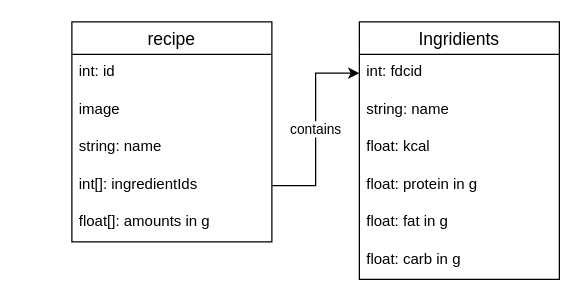
HenningCV/WA_Nutrient_Fanatics keeps this draw.io diagram as dokumentation/table_models.drawio. Above is the earlier version. Source tidied: cells renumbered, new cells numbered last; positions are measured from the earlier drawing's top-left corner, leaving out a move shared by most shapes. Both pictures are drawn from the tidied source at 125%, with x=0, y=0 at pixel (71, 21).
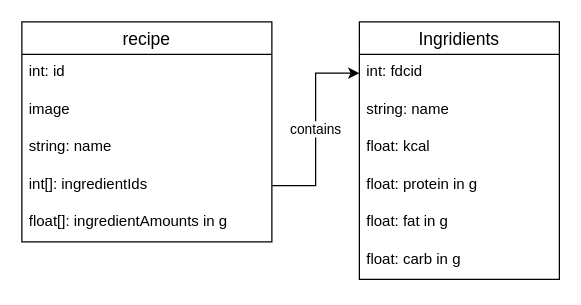
The same page after the edit.

The edit, as a diff of the source:
```diff
@@
 <mxGraphModel>
   <root>
     <mxCell id="0" />
     <mxCell id="1" parent="0" />
     <mxCell id="2" value="Ingridients" style="swimlane;fontStyle=0;horizontal=1;startSize=26;align=center;fontSize=14;" parent="1" vertex="1">
       <mxGeometry x="230" width="160" height="206" as="geometry" />
     </mxCell>
     <mxCell id="3" value="int: fdcid" style="text;strokeColor=none;fillColor=none;spacingLeft=4;spacingRight=4;overflow=hidden;points=[[0,0.5],[1,0.5]];portConstraint=eastwest;fontSize=12;whiteSpace=wrap;html=1;" parent="2" vertex="1">
       <mxGeometry y="26" width="160" height="30" as="geometry" />
     </mxCell>
     <mxCell id="4" value="string: name" style="text;strokeColor=none;fillColor=none;spacingLeft=4;spacingRight=4;overflow=hidden;fontSize=12;whiteSpace=wrap;html=1;" parent="2" vertex="1">
       <mxGeometry y="56" width="160" height="30" as="geometry" />
     </mxCell>
     <mxCell id="5" value="float: kcal" style="text;strokeColor=none;fillColor=none;spacingLeft=4;spacingRight=4;overflow=hidden;fontSize=12;whiteSpace=wrap;html=1;" parent="2" vertex="1">
       <mxGeometry y="86" width="160" height="30" as="geometry" />
     </mxCell>
     <mxCell id="6" value="float: protein in g" style="text;strokeColor=none;fillColor=none;spacingLeft=4;spacingRight=4;overflow=hidden;fontSize=12;whiteSpace=wrap;html=1;" parent="2" vertex="1">
       <mxGeometry y="116" width="160" height="30" as="geometry" />
     </mxCell>
     <mxCell id="7" value="float: fat in g" style="text;strokeColor=none;fillColor=none;spacingLeft=4;spacingRight=4;overflow=hidden;fontSize=12;whiteSpace=wrap;html=1;" parent="2" vertex="1">
       <mxGeometry y="146" width="160" height="30" as="geometry" />
     </mxCell>
     <mxCell id="8" value="float:&amp;nbsp;carb in g" style="text;strokeColor=none;fillColor=none;spacingLeft=4;spacingRight=4;overflow=hidden;fontSize=12;whiteSpace=wrap;html=1;" parent="2" vertex="1">
       <mxGeometry y="176" width="160" height="30" as="geometry" />
     </mxCell>
     <mxCell id="9" value="recipe" style="swimlane;fontStyle=0;horizontal=1;startSize=26;align=center;fontSize=14;" parent="1" vertex="1">
-      <mxGeometry width="160" height="176" as="geometry" />
+      <mxGeometry x="-40" width="200" height="176" as="geometry" />
     </mxCell>
     <mxCell id="10" value="int: id" style="text;strokeColor=none;fillColor=none;spacingLeft=4;spacingRight=4;overflow=hidden;fontSize=12;whiteSpace=wrap;html=1;" parent="9" vertex="1">
-      <mxGeometry y="26" width="160" height="30" as="geometry" />
+      <mxGeometry y="26" width="200" height="30" as="geometry" />
     </mxCell>
     <mxCell id="11" value="image" style="text;strokeColor=none;fillColor=none;spacingLeft=4;spacingRight=4;overflow=hidden;fontSize=12;whiteSpace=wrap;html=1;" parent="9" vertex="1">
-      <mxGeometry y="56" width="160" height="30" as="geometry" />
+      <mxGeometry y="56" width="200" height="30" as="geometry" />
     </mxCell>
     <mxCell id="12" value="string: name" style="text;strokeColor=none;fillColor=none;spacingLeft=4;spacingRight=4;overflow=hidden;fontSize=12;whiteSpace=wrap;html=1;" parent="9" vertex="1">
-      <mxGeometry y="86" width="160" height="30" as="geometry" />
+      <mxGeometry y="86" width="200" height="30" as="geometry" />
     </mxCell>
     <mxCell id="13" value="int[]: ingredientIds" style="text;strokeColor=none;fillColor=none;spacingLeft=4;spacingRight=4;overflow=hidden;points=[[0,0.5],[1,0.5]];portConstraint=eastwest;fontSize=12;whiteSpace=wrap;html=1;" parent="9" vertex="1">
-      <mxGeometry y="116" width="160" height="30" as="geometry" />
+      <mxGeometry y="116" width="200" height="30" as="geometry" />
     </mxCell>
-    <mxCell id="14" value="float[]: amounts in g" style="text;strokeColor=none;fillColor=none;spacingLeft=4;spacingRight=4;overflow=hidden;fontSize=12;whiteSpace=wrap;html=1;" parent="9" vertex="1">
-      <mxGeometry y="146" width="160" height="30" as="geometry" />
+    <mxCell id="14" value="float[]: ingredientAmounts in g" style="text;strokeColor=none;fillColor=none;spacingLeft=4;spacingRight=4;overflow=hidden;fontSize=12;whiteSpace=wrap;html=1;" parent="9" vertex="1">
+      <mxGeometry y="146" width="200" height="30" as="geometry" />
     </mxCell>
     <mxCell id="15" value="contains" style="edgeStyle=orthogonalEdgeStyle;rounded=0;jettySize=auto;html=1;exitX=0;exitY=0.5;exitDx=0;exitDy=0;entryX=1;entryY=0.5;entryDx=0;entryDy=0;endArrow=none;endFill=0;startArrow=classic;startFill=1;" parent="1" edge="1" source="3" target="13">
       <mxGeometry relative="1" as="geometry" />
     </mxCell>
   </root>
 </mxGraphModel>
```
